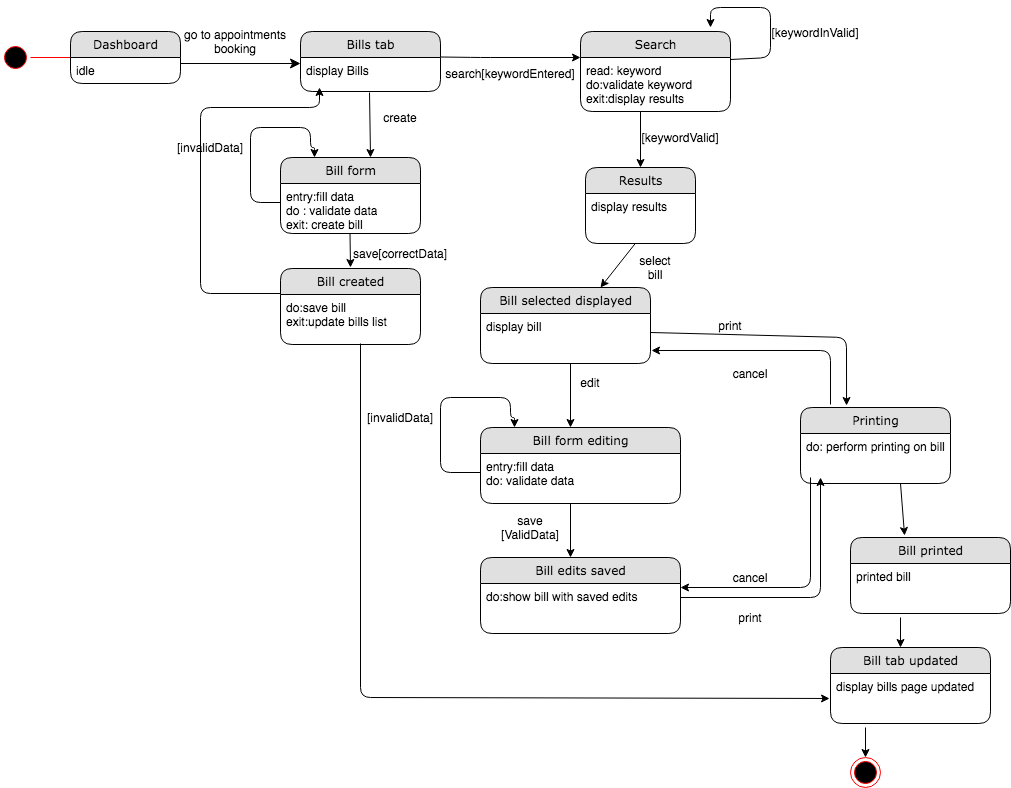
The draw.io diagram Diagrams/State Chart Diagrams FINAL/ST_31_32_33_34 GENERATE,CREATE,EDIT,PRINT BILL.png in kkasharaj17/SE-project, before a commit. Source tidied: cells renumbered, new cells last; positions are measured from the earlier drawing's top-left corner, leaving out a move shared by most shapes.
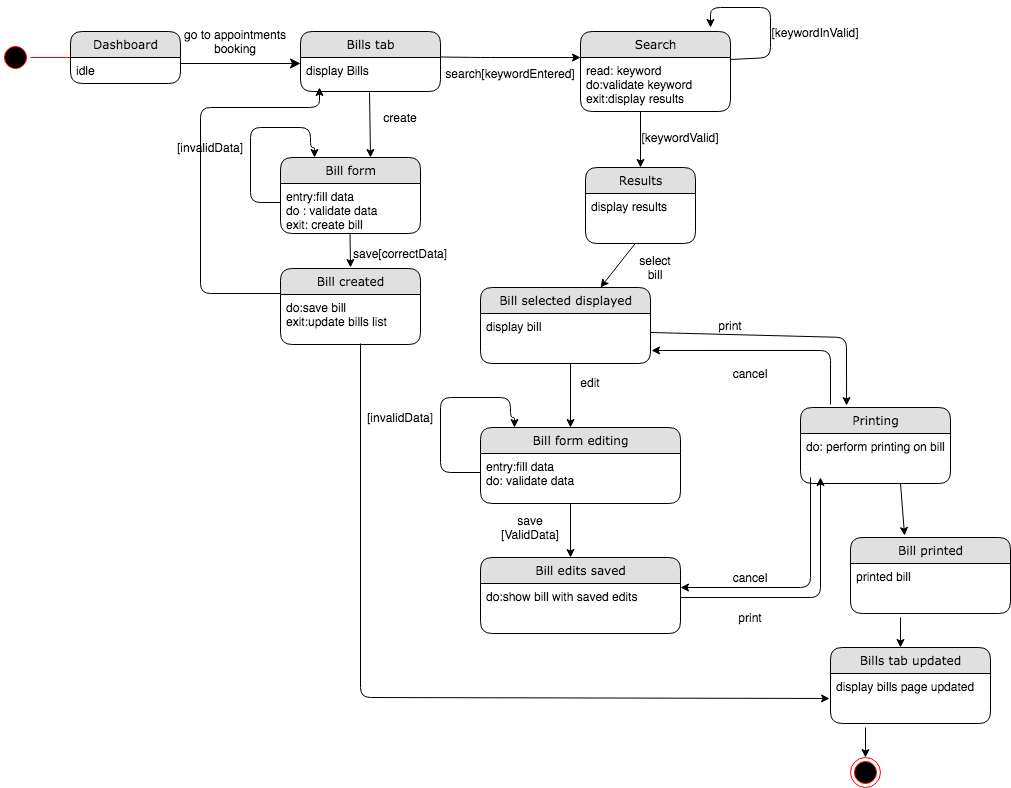
The same diagram one commit later.

The edit, as a diff of the source:
```diff
@@ -264,7 +264,7 @@
         </Array>
       </mxGeometry>
     </mxCell>
-    <mxCell id="59" value="Bill tab updated" style="swimlane;html=1;fontStyle=0;horizontal=1;startSize=26;fillColor=#e0e0e0;swimlaneFillColor=#ffffff;align=center;rounded=1;shadow=0;comic=0;labelBackgroundColor=none;strokeWidth=1;fontFamily=Verdana;fontSize=12;" parent="1" vertex="1">
+    <mxCell id="59" value="Bills tab updated" style="swimlane;html=1;fontStyle=0;horizontal=1;startSize=26;fillColor=#e0e0e0;swimlaneFillColor=#ffffff;align=center;rounded=1;shadow=0;comic=0;labelBackgroundColor=none;strokeWidth=1;fontFamily=Verdana;fontSize=12;" parent="1" vertex="1">
       <mxGeometry x="830" y="640" width="160" height="76" as="geometry" />
     </mxCell>
     <mxCell id="60" value="display bills page updated&amp;nbsp;" style="text;html=1;strokeColor=none;fillColor=none;spacingLeft=4;spacingRight=4;whiteSpace=wrap;overflow=hidden;points=[[0,0.5],[1,0.5]];portConstraint=eastwest;" parent="59" vertex="1">
```
